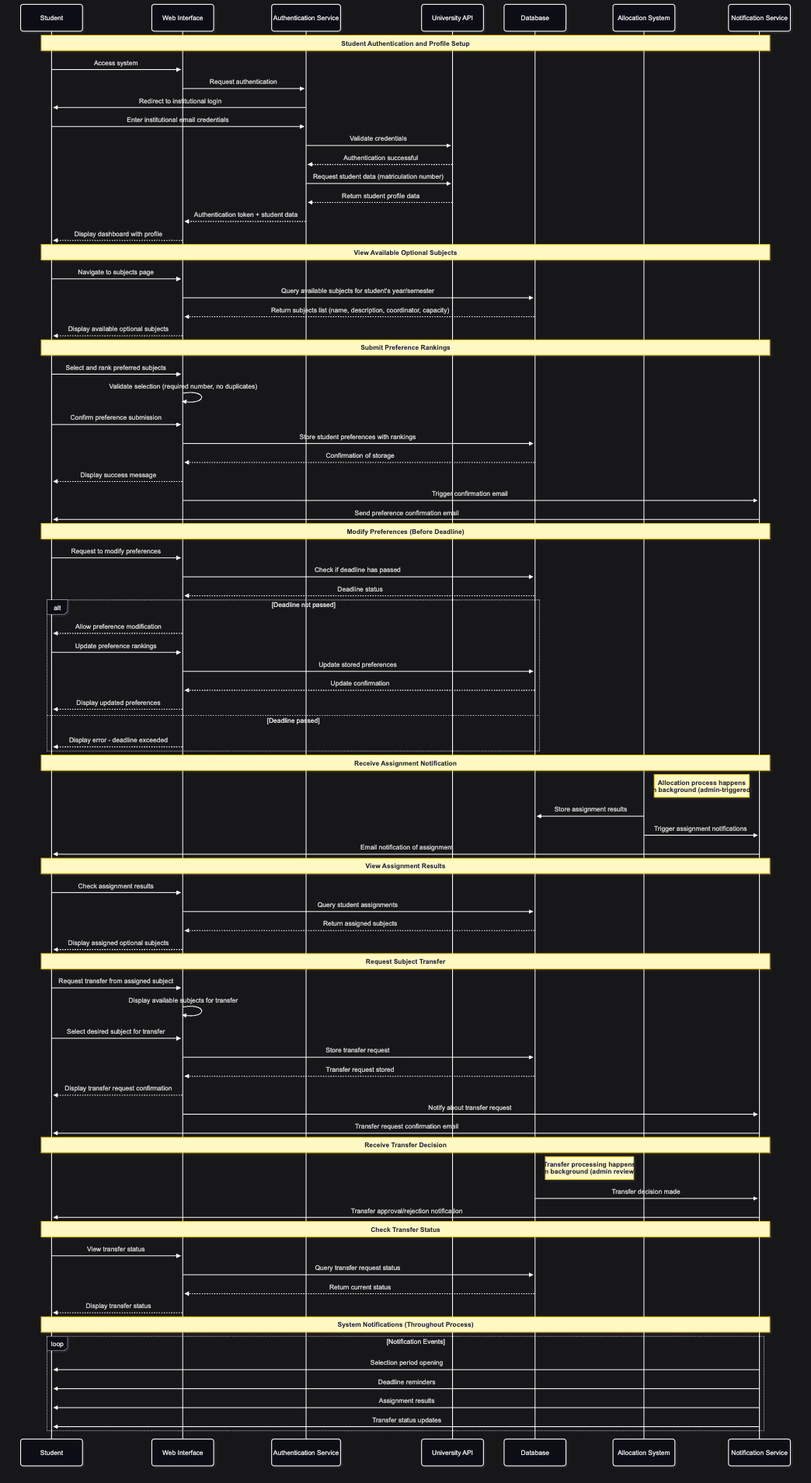
Above: docs/diagrams/StudentSequenceDiagram.png in TeodoraVlad12/MISS-Year1-Team17-OptionalSubjectsSelectionPlatform (Mermaid), before the change. Its source is kept beside it as docs/diagrams/mermaid/StudentSequenceDiagram.mmd.
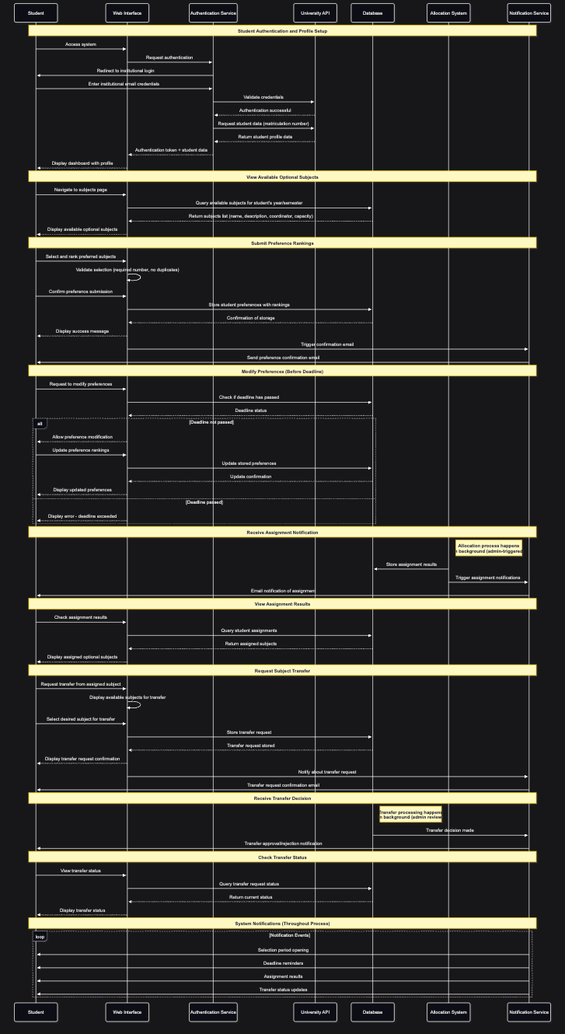
After the commit.

Commit message:
remove administrator actions from student sequence diagram

The edit, as a diff of the source:
```diff
@@ -6,9 +6,8 @@
     participant DB as Database
     participant AS as Allocation System
     participant NS as Notification Service
-    participant A as Administrator
 
-    Note over S,A: Student Authentication and Profile Setup
+    Note over S,NS: Student Authentication and Profile Setup
     S->>UI: Access system
     UI->>Auth: Request authentication
     Auth->>S: Redirect to institutional login
@@ -20,13 +19,13 @@
     Auth-->>UI: Authentication token + student data
     UI-->>S: Display dashboard with profile
 
-    Note over S,A: View Available Optional Subjects
+    Note over S,NS: View Available Optional Subjects
     S->>UI: Navigate to subjects page
     UI->>DB: Query available subjects for student's year/semester
     DB-->>UI: Return subjects list (name, description, coordinator, capacity)
     UI-->>S: Display available optional subjects
 
-    Note over S,A: Submit Preference Rankings
+    Note over S,NS: Submit Preference Rankings
     S->>UI: Select and rank preferred subjects
     UI->>UI: Validate selection (required number, no duplicates)
     S->>UI: Confirm preference submission
@@ -36,7 +35,7 @@
     UI->>NS: Trigger confirmation email
     NS->>S: Send preference confirmation email
 
-    Note over S,A: Modify Preferences (Before Deadline)
+    Note over S,NS: Modify Preferences (Before Deadline)
     S->>UI: Request to modify preferences
     UI->>DB: Check if deadline has passed
     DB-->>UI: Deadline status
@@ -50,53 +49,40 @@
         UI-->>S: Display error - deadline exceeded
     end
 
-    Note over S,A: Allocation Process (Administrator Triggered)
-    A->>UI: Trigger allocation algorithm
-    UI->>AS: Execute Gale-Shapley algorithm
-    AS->>DB: Retrieve student preferences and grades
-    DB-->>AS: Return preferences and academic data
-    AS->>AS: Process allocation algorithm
+    Note over S,NS: Receive Assignment Notification
+    Note right of AS: Allocation process happens<br/>in background (admin-triggered)
     AS->>DB: Store assignment results
-    DB-->>AS: Confirm assignments stored
-    AS-->>UI: Allocation complete
-    UI->>NS: Send assignment notifications
+    AS->>NS: Trigger assignment notifications
     NS->>S: Email notification of assignment
 
-    Note over S,A: View Assignment Results
+    Note over S,NS: View Assignment Results
     S->>UI: Check assignment results
     UI->>DB: Query student assignments
     DB-->>UI: Return assigned subjects
     UI-->>S: Display assigned optional subjects
 
-    Note over S,A: Request Subject Transfer
+    Note over S,NS: Request Subject Transfer
     S->>UI: Request transfer from assigned subject
     UI->>UI: Display available subjects for transfer
     S->>UI: Select desired subject for transfer
     UI->>DB: Store transfer request
     DB-->>UI: Transfer request stored
     UI-->>S: Display transfer request confirmation
-    UI->>NS: Notify administrator of transfer request
-    NS->>A: Transfer request notification
+    UI->>NS: Notify about transfer request
+    NS->>S: Transfer request confirmation email
 
-    Note over S,A: Process Transfer Request (Administrator Action)
-    A->>UI: Review transfer requests
-    UI->>DB: Query pending transfer requests
-    DB-->>UI: Return transfer requests
-    alt Mutual transfers available
-        A->>UI: Approve mutual transfers
-        UI->>DB: Execute batch transfers
-        DB-->>UI: Transfers completed
-        UI->>NS: Send transfer confirmation
-        NS->>S: Transfer approval notification
-    else Individual transfer
-        A->>UI: Approve/reject individual transfer
-        UI->>DB: Update transfer status
-        DB-->>UI: Status updated
-        UI->>NS: Send transfer decision
-        NS->>S: Transfer decision notification
-    end
+    Note over S,NS: Receive Transfer Decision
+    Note right of DB: Transfer processing happens<br/>in background (admin review)
+    DB->>NS: Transfer decision made
+    NS->>S: Transfer approval/rejection notification
 
-    Note over S,A: System Notifications
+    Note over S,NS: Check Transfer Status
+    S->>UI: View transfer status
+    UI->>DB: Query transfer request status
+    DB-->>UI: Return current status
+    UI-->>S: Display transfer status
+
+    Note over S,NS: System Notifications (Throughout Process)
     loop Notification Events
         NS->>S: Selection period opening
         NS->>S: Deadline reminders
```
